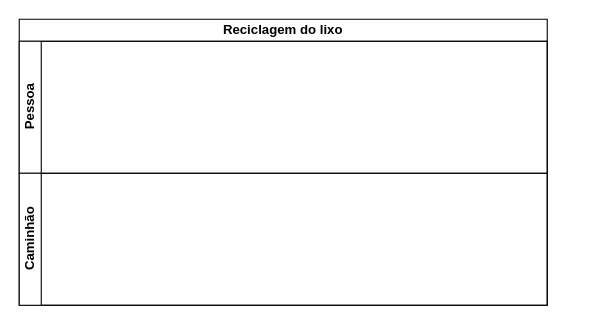
Above: Reciclagem.drawio in laurasultan/software (draw.io), before the change. Source tidied: cells renumbered, new cells numbered last; positions are measured from the earlier drawing's top-left corner, leaving out a move shared by most shapes. Both pictures are drawn from the tidied source at 110%, with x=0, y=0 at pixel (19, 19).
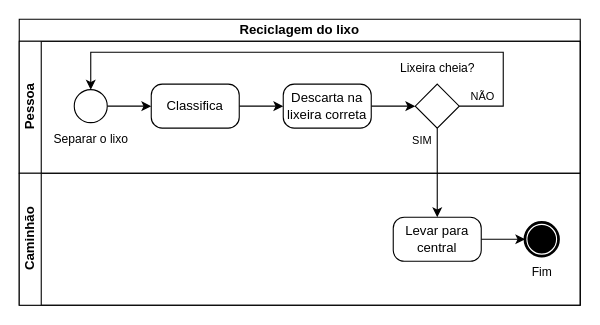
After the change.

The edit, as a diff of the source:
```diff
@@
     <mxCell id="2" value="Reciclagem do lixo" style="swimlane;html=1;horizontal=1;startSize=20;whiteSpace=wrap;" parent="1" vertex="1">
-      <mxGeometry width="480" height="260" as="geometry" />
+      <mxGeometry width="510" height="260" as="geometry" />
     </mxCell>
     <mxCell id="3" value="Pessoa" style="swimlane;html=1;startSize=20;horizontal=0;" parent="2" vertex="1">
-      <mxGeometry y="20" width="480" height="120" as="geometry" />
+      <mxGeometry y="20" width="510" height="120" as="geometry" />
     </mxCell>
+    <mxCell id="5" style="edgeStyle=orthogonalEdgeStyle;rounded=0;jettySize=auto;html=1;entryX=0;entryY=0.5;entryDx=0;entryDy=0;entryPerimeter=0;" parent="3" edge="1" source="6" target="8">
+      <mxGeometry relative="1" as="geometry" />
+    </mxCell>
+    <mxCell id="6" style="points=[[0.145,0.145,0],[0.5,0,0],[0.855,0.145,0],[1,0.5,0],[0.855,0.855,0],[0.5,1,0],[0.145,0.855,0],[0,0.5,0]];shape=mxgraph.bpmn.event;html=1;verticalLabelPosition=bottom;labelBackgroundColor=#ffffff;verticalAlign=top;align=center;perimeter=ellipsePerimeter;outlineConnect=0;outline=standard;symbol=general;" parent="3" vertex="1">
+      <mxGeometry x="50" y="44" width="30" height="30" as="geometry" />
+    </mxCell>
+    <mxCell id="7" style="edgeStyle=orthogonalEdgeStyle;rounded=0;jettySize=auto;html=1;exitX=1;exitY=0.5;exitDx=0;exitDy=0;exitPerimeter=0;entryX=0;entryY=0.5;entryDx=0;entryDy=0;entryPerimeter=0;" parent="3" edge="1" source="8" target="10">
+      <mxGeometry relative="1" as="geometry" />
+    </mxCell>
+    <mxCell id="8" value="Classifica" style="points=[[0.25,0,0],[0.5,0,0],[0.75,0,0],[1,0.25,0],[1,0.5,0],[1,0.75,0],[0.75,1,0],[0.5,1,0],[0.25,1,0],[0,0.75,0],[0,0.5,0],[0,0.25,0]];shape=mxgraph.bpmn.task;whiteSpace=wrap;rectStyle=rounded;size=10;html=1;taskMarker=abstract;" parent="3" vertex="1">
+      <mxGeometry x="120" y="39" width="80" height="40" as="geometry" />
+    </mxCell>
+    <mxCell id="9" style="edgeStyle=orthogonalEdgeStyle;rounded=0;jettySize=auto;html=1;exitX=1;exitY=0.5;exitDx=0;exitDy=0;exitPerimeter=0;entryX=0;entryY=0.5;entryDx=0;entryDy=0;entryPerimeter=0;" parent="3" edge="1" source="10" target="12">
+      <mxGeometry relative="1" as="geometry" />
+    </mxCell>
+    <mxCell id="10" value="Descarta na lixeira correta" style="points=[[0.25,0,0],[0.5,0,0],[0.75,0,0],[1,0.25,0],[1,0.5,0],[1,0.75,0],[0.75,1,0],[0.5,1,0],[0.25,1,0],[0,0.75,0],[0,0.5,0],[0,0.25,0]];shape=mxgraph.bpmn.task;whiteSpace=wrap;rectStyle=rounded;size=10;html=1;taskMarker=abstract;" parent="3" vertex="1">
+      <mxGeometry x="240" y="39" width="80" height="40" as="geometry" />
+    </mxCell>
+    <mxCell id="11" style="edgeStyle=orthogonalEdgeStyle;rounded=0;jettySize=auto;html=1;exitX=1;exitY=0.5;exitDx=0;exitDy=0;exitPerimeter=0;entryX=0.5;entryY=0;entryDx=0;entryDy=0;entryPerimeter=0;" parent="3" edge="1" source="12" target="6">
+      <mxGeometry relative="1" as="geometry">
+        <Array as="points">
+          <mxPoint x="440" y="59" />
+          <mxPoint x="440" y="10" />
+          <mxPoint x="65" y="10" />
+        </Array>
+      </mxGeometry>
+    </mxCell>
+    <mxCell id="12" style="points=[[0.25,0.25,0],[0.5,0,0],[0.75,0.25,0],[1,0.5,0],[0.75,0.75,0],[0.5,1,0],[0.25,0.75,0],[0,0.5,0]];shape=mxgraph.bpmn.gateway2;html=1;verticalLabelPosition=bottom;labelBackgroundColor=#ffffff;verticalAlign=top;align=center;perimeter=rhombusPerimeter;outlineConnect=0;outline=none;symbol=none;" parent="3" vertex="1">
+      <mxGeometry x="360" y="39" width="40" height="40" as="geometry" />
+    </mxCell>
+    <mxCell id="13" value="&lt;font style=&quot;font-size: 11px;&quot;&gt;Lixeira cheia?&lt;/font&gt;" style="text;html=1;align=center;verticalAlign=middle;strokeColor=none;fillColor=none;" parent="3" vertex="1">
+      <mxGeometry x="335" y="9" width="90" height="30" as="geometry" />
+    </mxCell>
+    <mxCell id="14" value="&lt;font style=&quot;font-size: 11px;&quot;&gt;Separar o lixo&lt;/font&gt;" style="text;html=1;align=center;verticalAlign=middle;strokeColor=none;fillColor=none;" parent="3" vertex="1">
+      <mxGeometry x="20" y="74" width="90" height="30" as="geometry" />
+    </mxCell>
+    <mxCell id="15" value="&lt;font style=&quot;font-size: 10px;&quot;&gt;NÃO&lt;/font&gt;" style="text;html=1;align=center;verticalAlign=middle;strokeColor=none;fillColor=none;" parent="3" vertex="1">
+      <mxGeometry x="396" y="35" width="50" height="30" as="geometry" />
+    </mxCell>
+    <mxCell id="16" value="&lt;font style=&quot;font-size: 10px;&quot;&gt;SIM&lt;/font&gt;" style="text;html=1;align=center;verticalAlign=middle;strokeColor=none;fillColor=none;" parent="3" vertex="1">
+      <mxGeometry x="346" y="75" width="40" height="30" as="geometry" />
+    </mxCell>
     <mxCell id="4" value="Caminhão" style="swimlane;html=1;startSize=20;horizontal=0;" parent="2" vertex="1">
-      <mxGeometry y="140" width="480" height="120" as="geometry" />
+      <mxGeometry y="140" width="510" height="120" as="geometry" />
     </mxCell>
+    <mxCell id="17" style="edgeStyle=orthogonalEdgeStyle;rounded=0;jettySize=auto;html=1;exitX=1;exitY=0.5;exitDx=0;exitDy=0;exitPerimeter=0;entryX=0;entryY=0.5;entryDx=0;entryDy=0;entryPerimeter=0;" parent="4" edge="1" source="18" target="19">
+      <mxGeometry relative="1" as="geometry" />
+    </mxCell>
+    <mxCell id="18" value="Levar para central" style="points=[[0.25,0,0],[0.5,0,0],[0.75,0,0],[1,0.25,0],[1,0.5,0],[1,0.75,0],[0.75,1,0],[0.5,1,0],[0.25,1,0],[0,0.75,0],[0,0.5,0],[0,0.25,0]];shape=mxgraph.bpmn.task;whiteSpace=wrap;rectStyle=rounded;size=10;html=1;taskMarker=abstract;" parent="4" vertex="1">
+      <mxGeometry x="340" y="40" width="80" height="40" as="geometry" />
+    </mxCell>
+    <mxCell id="19" style="points=[[0.145,0.145,0],[0.5,0,0],[0.855,0.145,0],[1,0.5,0],[0.855,0.855,0],[0.5,1,0],[0.145,0.855,0],[0,0.5,0]];shape=mxgraph.bpmn.event;html=1;verticalLabelPosition=bottom;labelBackgroundColor=#ffffff;verticalAlign=top;align=center;perimeter=ellipsePerimeter;outlineConnect=0;outline=end;symbol=terminate;" parent="4" vertex="1">
+      <mxGeometry x="460" y="45" width="30" height="30" as="geometry" />
+    </mxCell>
+    <mxCell id="20" value="&lt;font style=&quot;font-size: 11px;&quot;&gt;Fim&lt;/font&gt;" style="text;html=1;align=center;verticalAlign=middle;strokeColor=none;fillColor=none;" parent="4" vertex="1">
+      <mxGeometry x="455" y="75" width="40" height="30" as="geometry" />
+    </mxCell>
+    <mxCell id="21" style="edgeStyle=orthogonalEdgeStyle;rounded=0;jettySize=auto;html=1;exitX=0.5;exitY=1;exitDx=0;exitDy=0;exitPerimeter=0;entryX=0.5;entryY=0;entryDx=0;entryDy=0;entryPerimeter=0;" parent="2" edge="1" source="12" target="18">
+      <mxGeometry relative="1" as="geometry" />
+    </mxCell>
```
